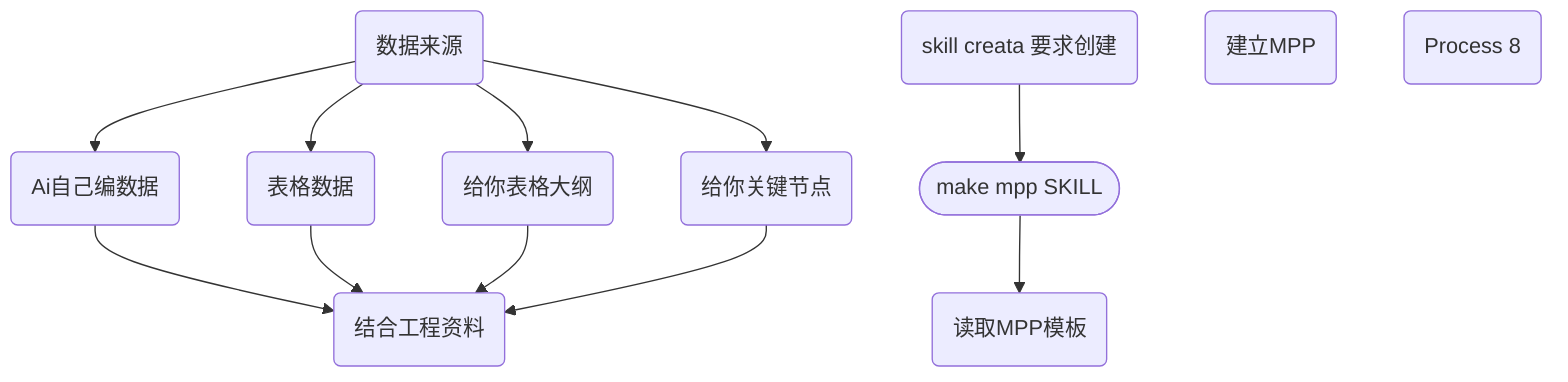
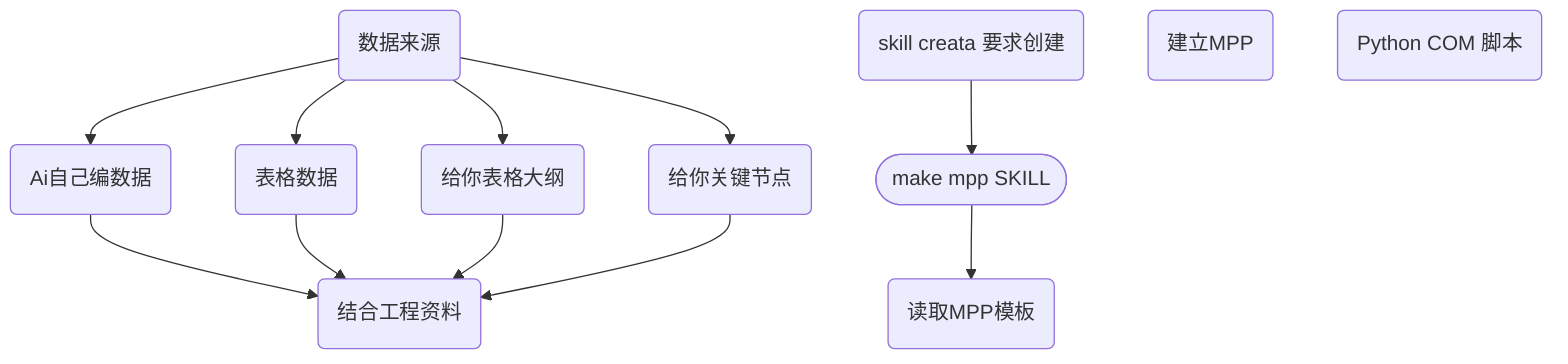
flowchart TD
  n_0(["make mpp SKILL"])
  n_1("数据来源")
  n_2("skill  creata 要求创建")
  n_3("Ai自己编数据")
  n_4("表格数据")
  n_5("建立MPP")
  n_6("读取MPP模板")
-   n_7("Process 8")
+   n_7("Python COM 脚本")
  n_8("给你表格大纲")
  n_9("给你关键节点")
  n_10("结合工程资料")
  n_2 --> n_0
  n_0 --> n_6
  n_1 --> n_3
  n_1 --> n_4
  n_1 --> n_8
  n_1 --> n_9
  n_3 --> n_10
  n_4 --> n_10
  n_8 --> n_10
  n_9 --> n_10
